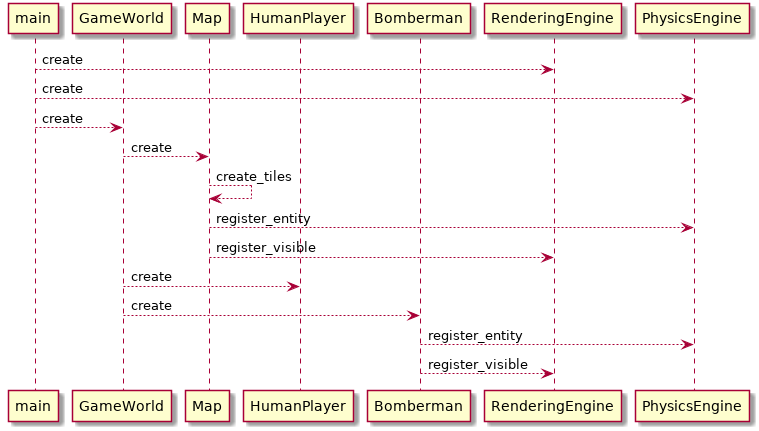
This is docs/img/UC_1_1.png from NadzwyczajnaGrupaRobocza/bomberman, a PlantUML export, as it was before one commit.
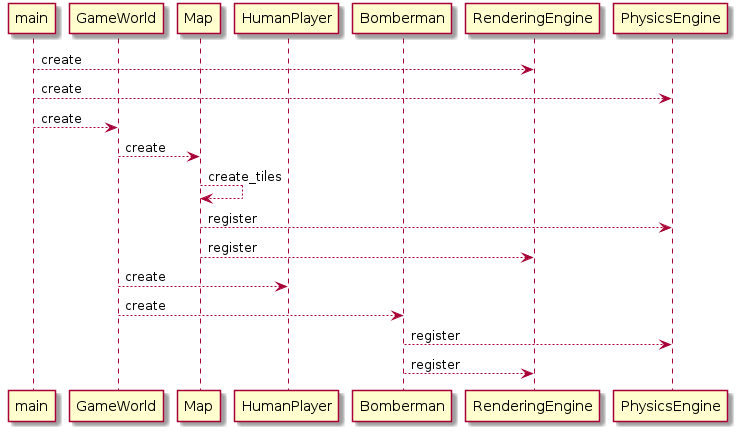
Later version of the same file.

The edit, as a diff of the source:
```diff
@@ -14,12 +14,12 @@
 main --> GameWorld : create
 GameWorld --> Map : create
 Map --> Map : create_tiles
-Map --> PhysicsEngine : register_entity
-Map --> RenderingEngine : register_visible
+Map --> PhysicsEngine : register
+Map --> RenderingEngine : register
 
 GameWorld --> HumanPlayer : create
 GameWorld --> Bomberman : create
-Bomberman --> PhysicsEngine : register_entity
-Bomberman --> RenderingEngine : register_visible
+Bomberman --> PhysicsEngine : register
+Bomberman --> RenderingEngine : register
 
 @enduml
```
